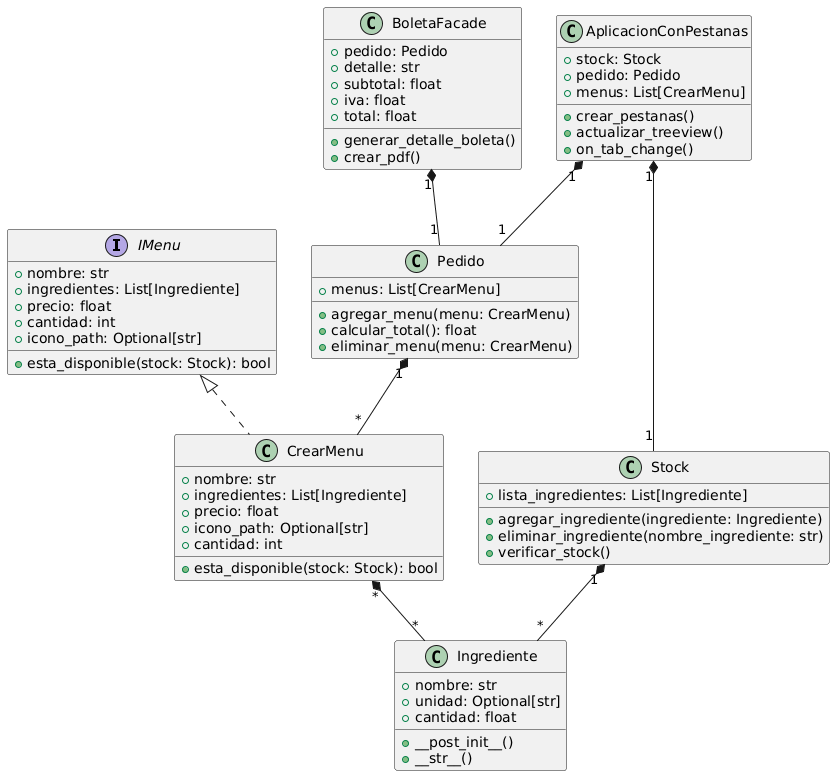
Earlier version of the PlantUML export informe_latex/images/diagrama.png (Zywite/evaluacion_2). The source it was exported from:
```plantuml
@startuml
interface IMenu {
    + nombre: str
    + ingredientes: List[Ingrediente]
    + precio: float
    + cantidad: int
    + icono_path: Optional[str]
    + esta_disponible(stock: Stock): bool
}

class Ingrediente {
    + nombre: str
    + unidad: Optional[str]
    + cantidad: float
    + __post_init__()
    + __str__()
}

class Stock {
    + lista_ingredientes: List[Ingrediente]
    + agregar_ingrediente(ingrediente: Ingrediente)
    + eliminar_ingrediente(nombre_ingrediente: str)
    + verificar_stock()
}

class CrearMenu implements IMenu {
    + nombre: str
    + ingredientes: List[Ingrediente]
    + precio: float
    + icono_path: Optional[str]
    + cantidad: int
    + esta_disponible(stock: Stock): bool
}

class Pedido {
    + menus: List[CrearMenu]
    + agregar_menu(menu: CrearMenu)
    + calcular_total(): float
    + eliminar_menu(menu: CrearMenu)
}

class BoletaFacade {
    + pedido: Pedido
    + detalle: str
    + subtotal: float
    + iva: float
    + total: float
    + generar_detalle_boleta()
    + crear_pdf()
}

class AplicacionConPestanas {
    + stock: Stock
    + pedido: Pedido
    + menus: List[CrearMenu]
    + crear_pestanas()
    + actualizar_treeview()
    + on_tab_change()
}

AplicacionConPestanas "1" *-- "1" Stock
AplicacionConPestanas "1" *-- "1" Pedido
Stock "1" *-- "*" Ingrediente
Pedido "1" *-- "*" CrearMenu
CrearMenu "*" *-- "*" Ingrediente
BoletaFacade "1" *-- "1" Pedido
@enduml
```
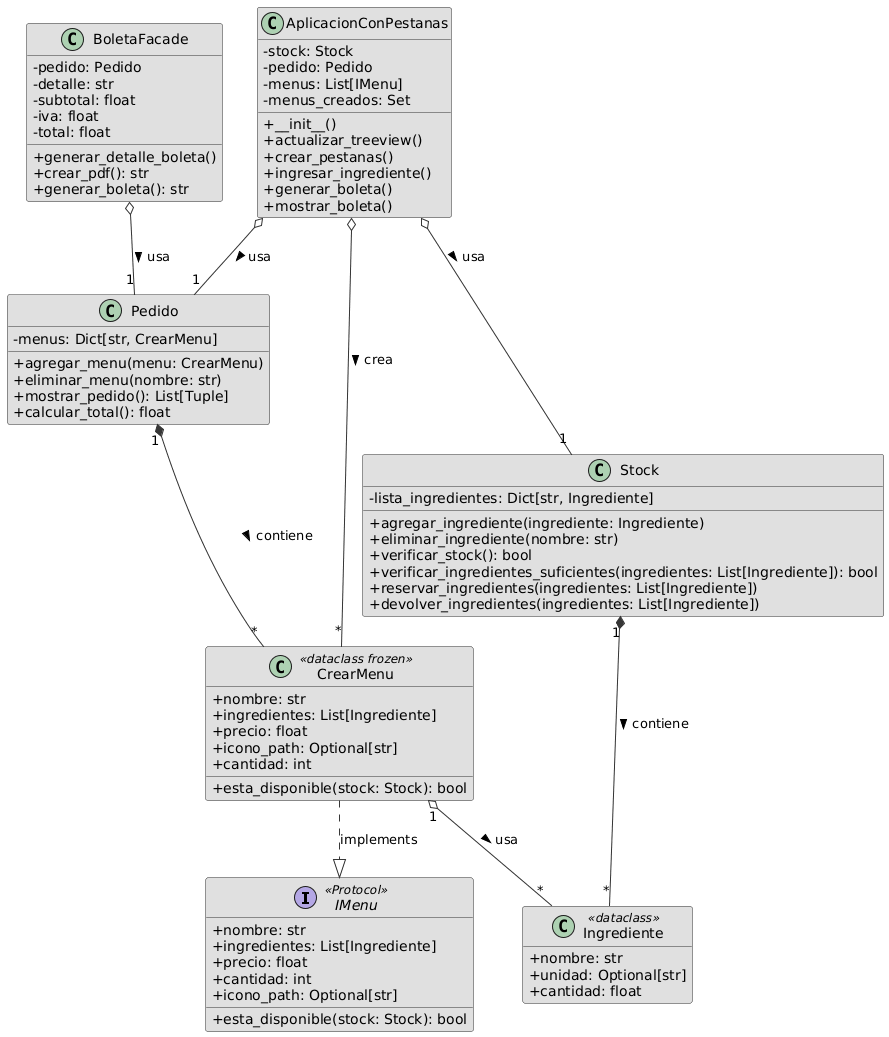
The same diagram one commit later.

What changed in the source:
```diff
@@ -1,5 +1,16 @@
 @startuml
-interface IMenu {
+skinparam classAttributeIconSize 0
+skinparam monochrome false
+skinparam shadowing false
+skinparam class {
+    BackgroundColor #E0E0E0
+    BorderColor #303030
+    ArrowColor #303030
+}
+
+hide empty members
+
+interface IMenu <<Protocol>> {
     + nombre: str
     + ingredientes: List[Ingrediente]
     + precio: float
@@ -8,22 +19,44 @@
     + esta_disponible(stock: Stock): bool
 }
 
-class Ingrediente {
+class AplicacionConPestanas {
+    - stock: Stock
+    - pedido: Pedido
+    - menus: List[IMenu]
+    - menus_creados: Set
+    + __init__()
+    + actualizar_treeview()
+    + crear_pestanas()
+    + ingresar_ingrediente()
+    + generar_boleta()
+    + mostrar_boleta()
+}
+
+class Stock {
+    - lista_ingredientes: Dict[str, Ingrediente]
+    + agregar_ingrediente(ingrediente: Ingrediente)
+    + eliminar_ingrediente(nombre: str)
+    + verificar_stock(): bool
+    + verificar_ingredientes_suficientes(ingredientes: List[Ingrediente]): bool
+    + reservar_ingredientes(ingredientes: List[Ingrediente])
+    + devolver_ingredientes(ingredientes: List[Ingrediente])
+}
+
+class Pedido {
+    - menus: Dict[str, CrearMenu]
+    + agregar_menu(menu: CrearMenu)
+    + eliminar_menu(nombre: str)
+    + mostrar_pedido(): List[Tuple]
+    + calcular_total(): float
+}
+
+class Ingrediente <<dataclass>> {
     + nombre: str
     + unidad: Optional[str]
     + cantidad: float
-    + __post_init__()
-    + __str__()
 }
 
-class Stock {
-    + lista_ingredientes: List[Ingrediente]
-    + agregar_ingrediente(ingrediente: Ingrediente)
-    + eliminar_ingrediente(nombre_ingrediente: str)
-    + verificar_stock()
-}
-
-class CrearMenu implements IMenu {
+class CrearMenu <<dataclass frozen>> {
     + nombre: str
     + ingredientes: List[Ingrediente]
     + precio: float
@@ -32,36 +65,23 @@
     + esta_disponible(stock: Stock): bool
 }
 
-class Pedido {
-    + menus: List[CrearMenu]
-    + agregar_menu(menu: CrearMenu)
-    + calcular_total(): float
-    + eliminar_menu(menu: CrearMenu)
+class BoletaFacade {
+    - pedido: Pedido
+    - detalle: str
+    - subtotal: float
+    - iva: float
+    - total: float
+    + generar_detalle_boleta()
+    + crear_pdf(): str
+    + generar_boleta(): str
 }
 
-class BoletaFacade {
-    + pedido: Pedido
-    + detalle: str
-    + subtotal: float
-    + iva: float
-    + total: float
-    + generar_detalle_boleta()
-    + crear_pdf()
-}
-
-class AplicacionConPestanas {
-    + stock: Stock
-    + pedido: Pedido
-    + menus: List[CrearMenu]
-    + crear_pestanas()
-    + actualizar_treeview()
-    + on_tab_change()
-}
-
-AplicacionConPestanas "1" *-- "1" Stock
-AplicacionConPestanas "1" *-- "1" Pedido
-Stock "1" *-- "*" Ingrediente
-Pedido "1" *-- "*" CrearMenu
-CrearMenu "*" *-- "*" Ingrediente
-BoletaFacade "1" *-- "1" Pedido
+AplicacionConPestanas o-- "1" Stock : usa >
+AplicacionConPestanas o-- "1" Pedido : usa >
+AplicacionConPestanas o-- "*" CrearMenu : crea >
+Stock "1" *-- "*" Ingrediente : contiene >
+Pedido "1" *-- "*" CrearMenu : contiene >
+CrearMenu "1" o-- "*" Ingrediente : usa >
+BoletaFacade o-- "1" Pedido : usa >
+CrearMenu ..|> IMenu : implements
 @enduml
```
